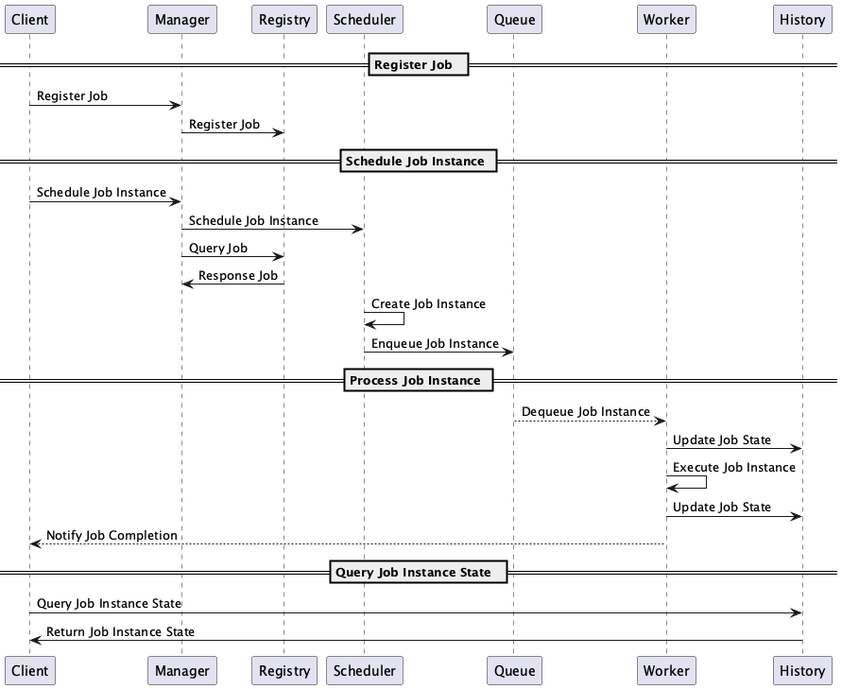
The PlantUML diagram doc/img/job-seqdgm.png in cybergarage/go-job, before a commit. The source it was exported from:
```plantuml
@startuml

== Register Job  ==

Client -> Manager : Register Job
Manager -> Registry : Register Job

== Schedule Job Instance ==

Client -> Manager : Schedule Job Instance
Manager -> Scheduler : Schedule Job Instance
Manager -> Registry : Query Job
Registry -> Manager : Response Job
Scheduler -> Scheduler : Create Job Instance
Scheduler -> Queue : Enqueue Job Instance

== Process Job Instance ==

Queue --> Worker : Dequeue Job Instance
Worker -> History : Update Job State
Worker -> Worker : Execute Job Instance
Worker -> History : Update Job State
Worker --> Client : Notify Job Completion

== Query Job Instance State  ==

Client -> History : Query Job Instance State
History -> Client : Return Job Instance State

@enduml
```
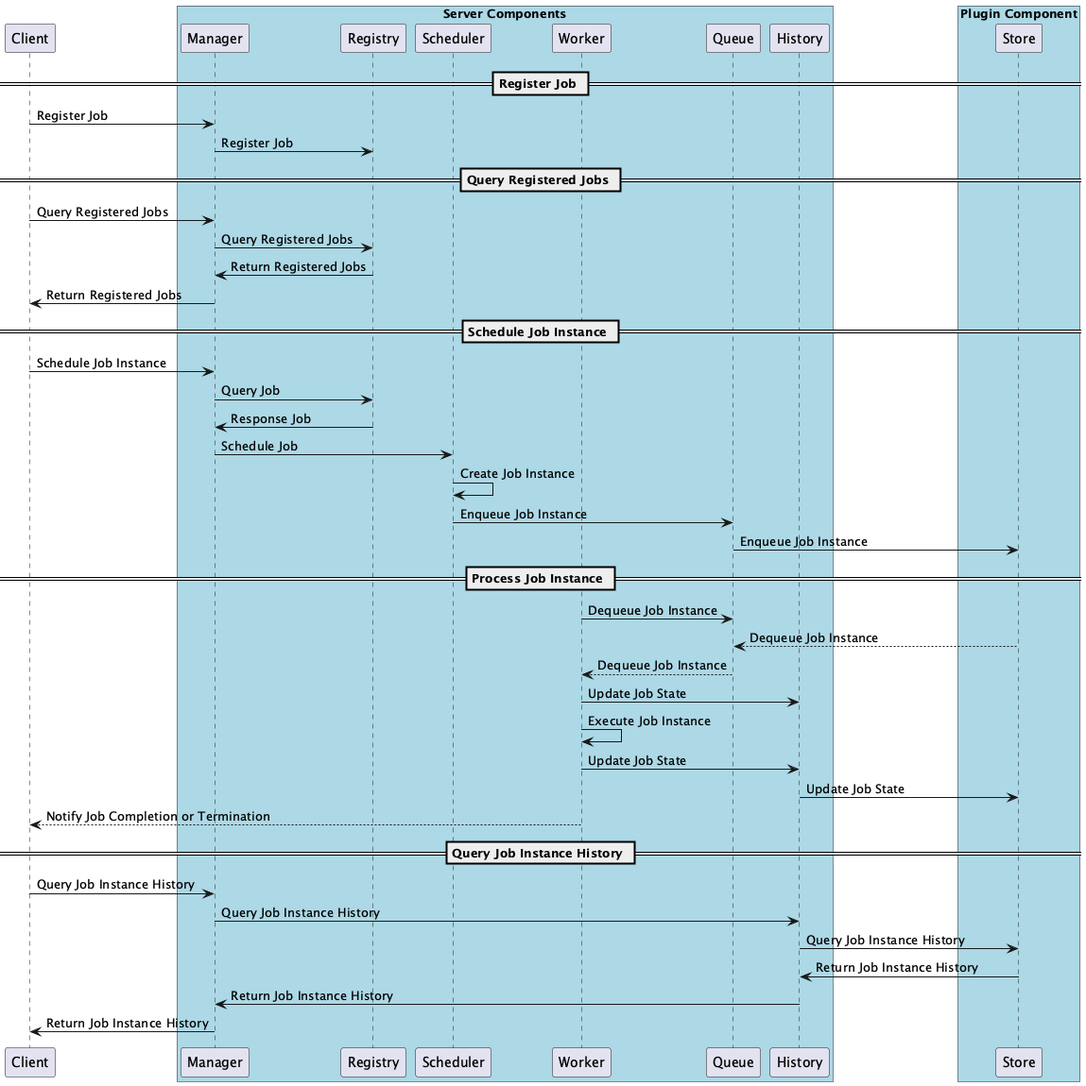
After the commit.

What changed in the source:
```diff
@@ -1,30 +1,60 @@
 @startuml
 
-== Register Job  ==
+participant Client
+
+box "Server Components" #LightBlue
+    participant Manager
+    participant Registry
+    participant Scheduler
+    participant Worker
+    participant Queue
+    participant History
+end box
+
+box "Plugin Component" #LightBlue
+    participant Store
+end box
+
+== Register Job ==
 
 Client -> Manager : Register Job
 Manager -> Registry : Register Job
 
+== Query Registered Jobs ==
+
+Client -> Manager : Query Registered Jobs
+Manager -> Registry : Query Registered Jobs
+Registry -> Manager : Return Registered Jobs
+Manager -> Client : Return Registered Jobs
+
 == Schedule Job Instance ==
 
 Client -> Manager : Schedule Job Instance
-Manager -> Scheduler : Schedule Job Instance
 Manager -> Registry : Query Job
 Registry -> Manager : Response Job
+Manager -> Scheduler : Schedule Job
 Scheduler -> Scheduler : Create Job Instance
 Scheduler -> Queue : Enqueue Job Instance
+Queue -> Store : Enqueue Job Instance
 
 == Process Job Instance ==
 
+Worker -> Queue : Dequeue Job Instance
+Store --> Queue : Dequeue Job Instance
 Queue --> Worker : Dequeue Job Instance
 Worker -> History : Update Job State
 Worker -> Worker : Execute Job Instance
 Worker -> History : Update Job State
-Worker --> Client : Notify Job Completion
+History -> Store : Update Job State
+Worker --> Client : Notify Job Completion or Termination
 
-== Query Job Instance State  ==
+== Query Job Instance History ==
 
-Client -> History : Query Job Instance State
-History -> Client : Return Job Instance State
+Client -> Manager : Query Job Instance History
+Manager -> History : Query Job Instance History
+History -> Store : Query Job Instance History
+Store -> History : Return Job Instance History
+History -> Manager : Return Job Instance History
+Manager -> Client : Return Job Instance History
 
 @enduml
```
